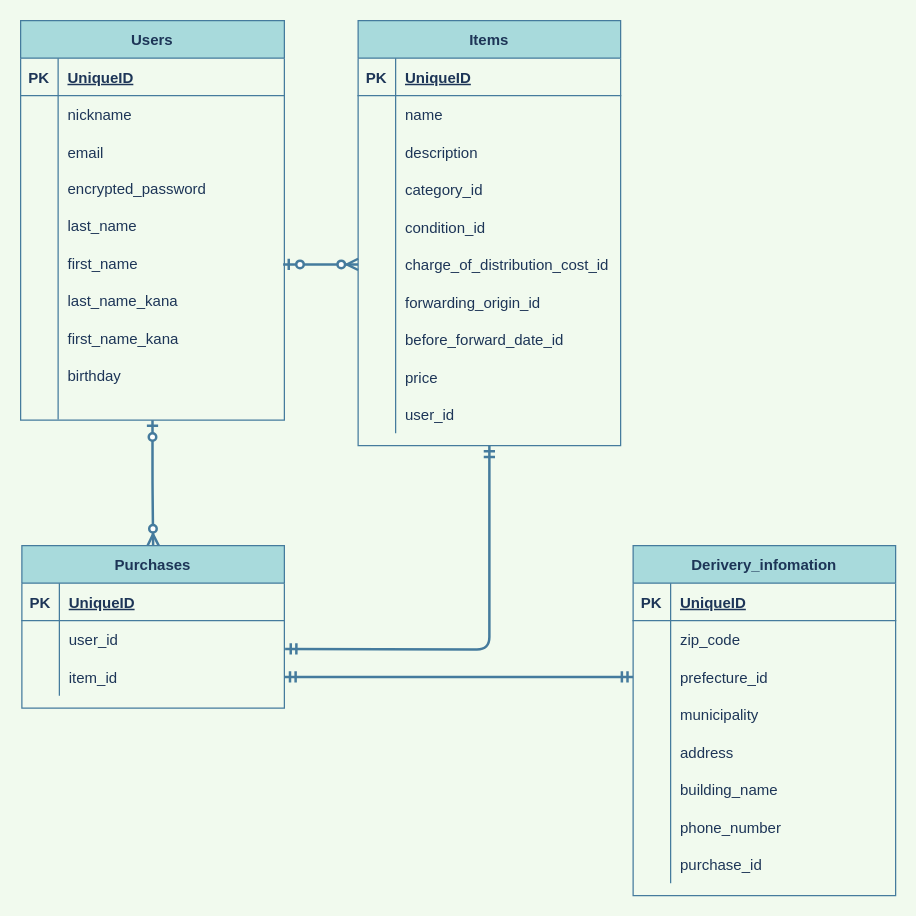
The draw.io diagram ER.dio in konno-tech/furima-31063, before the edit. Source tidied: cells renumbered, new cells numbered last; positions are measured from the earlier drawing's top-left corner, leaving out a move shared by most shapes. Both pictures are drawn from the tidied source at 125%, with x=0, y=0 at pixel (20, 20).
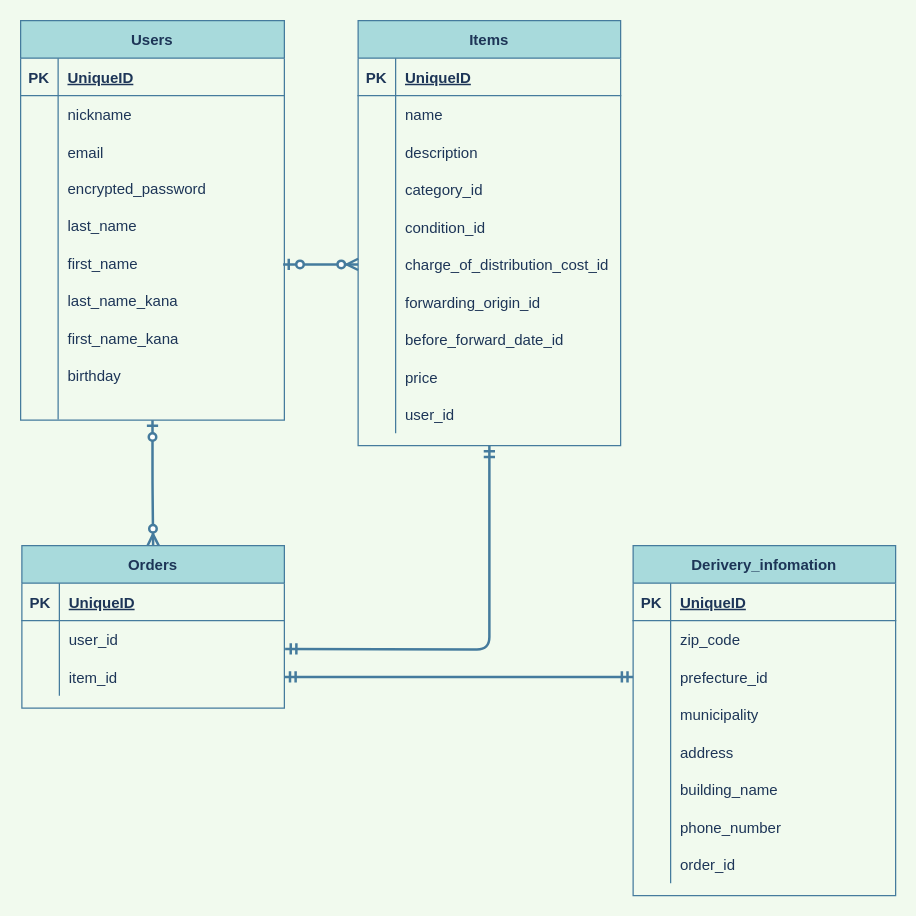
The same page after the edit.

Commit message (it also covers changes not shown here):
purchaseモデルのorderモデルへの変更

The change refers to these unchanged cells:
```xml
<mxCell id="100" style="shape=partialRectangle;fillColor=none;top=0;left=0;bottom=0;right=0;strokeColor=#457B9D;fontColor=#1D3557;" parent="78" vertex="1">
  <mxGeometry y="240" width="210" height="30" as="geometry" />
</mxCell>
```

Diff of the diagram source:
```diff
@@
-    <mxCell id="66" value="Purchases" style="shape=table;startSize=30;childLayout=tableLayout;rowLines=0;fontStyle=1;align=center;fillColor=#A8DADC;strokeColor=#457B9D;fontColor=#1D3557;" parent="1" vertex="1">
+    <mxCell id="66" value="Orders" style="shape=table;startSize=30;childLayout=tableLayout;rowLines=0;fontStyle=1;align=center;fillColor=#A8DADC;strokeColor=#457B9D;fontColor=#1D3557;" parent="1" vertex="1">
       <mxGeometry x="1" y="420" width="210" height="130" as="geometry" />
     </mxCell>
@@
-    <mxCell id="102" value="purchase_id" style="shape=partialRectangle;fillColor=none;top=0;left=0;bottom=0;right=0;align=left;spacingLeft=6;overflow=hidden;strokeColor=#457B9D;fontColor=#1D3557;" parent="100" vertex="1">
+    <mxCell id="102" value="order_id" style="shape=partialRectangle;fillColor=none;top=0;left=0;bottom=0;right=0;align=left;spacingLeft=6;overflow=hidden;strokeColor=#457B9D;fontColor=#1D3557;" parent="100" vertex="1">
       <mxGeometry x="30" width="180" height="30" as="geometry" />
     </mxCell>
```
